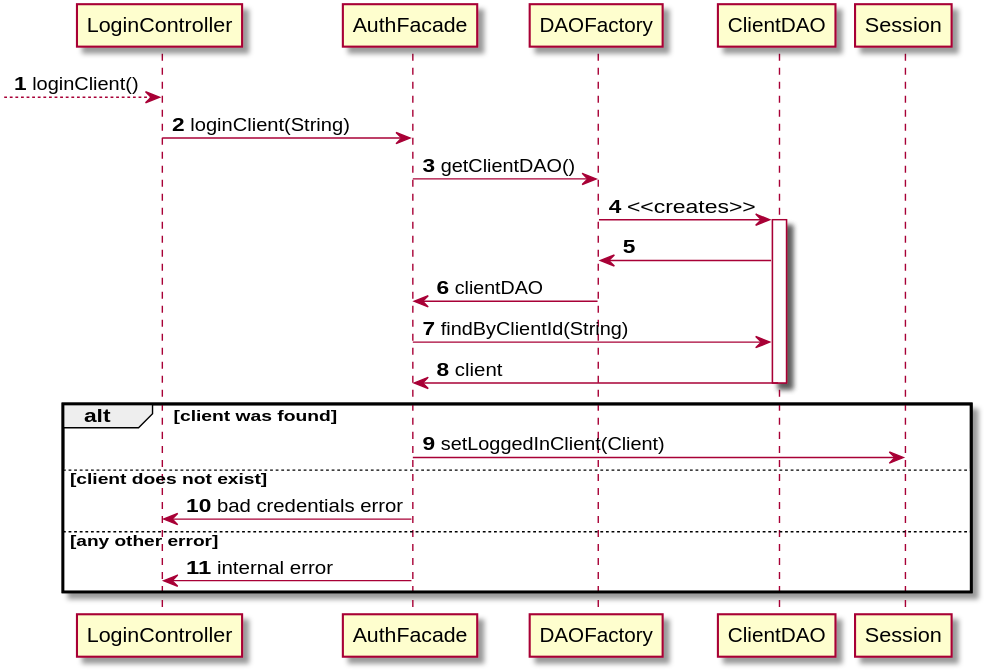
Earlier version of the PlantUML export specifications/software-design/authentication/client-login-sequence-diagram.svg (BrokenSwing/Comixaire).
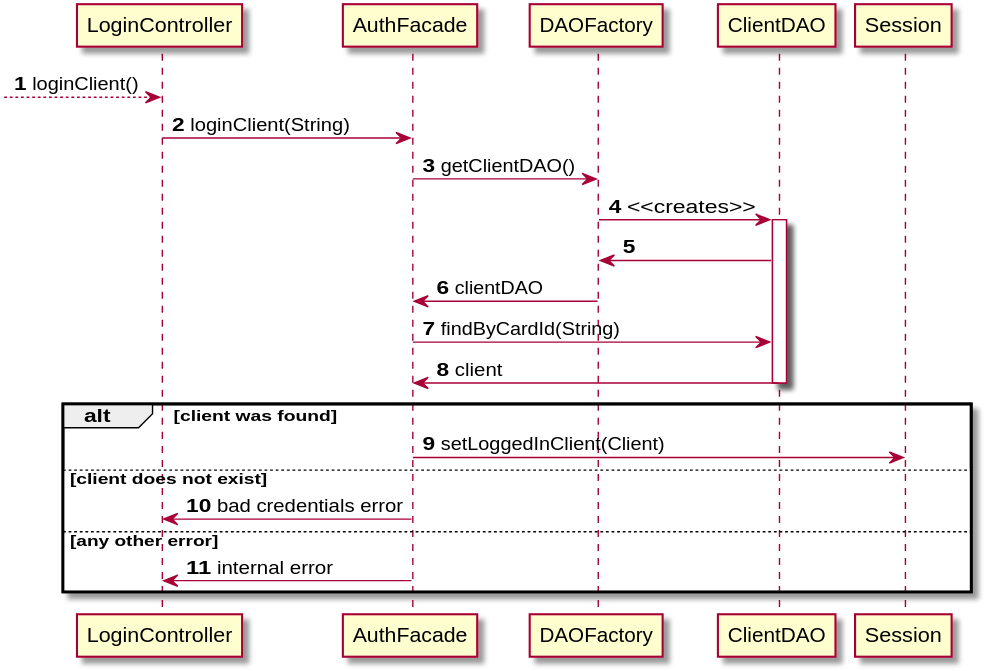
After the commit.

Commit message:
Rename findByClientId to findByCardId

Change to the diagram source:
```diff
@@ -7,7 +7,7 @@
 DAOFactory -> ClientDAO ++ : <<creates>>
 ClientDAO -> DAOFactory
 DAOFactory -> AuthFacade : clientDAO
-AuthFacade -> ClientDAO : findByClientId(String)
+AuthFacade -> ClientDAO : findByCardId(String)
 ClientDAO -> AuthFacade : client
 deactivate ClientDAO
 alt client was found
```
